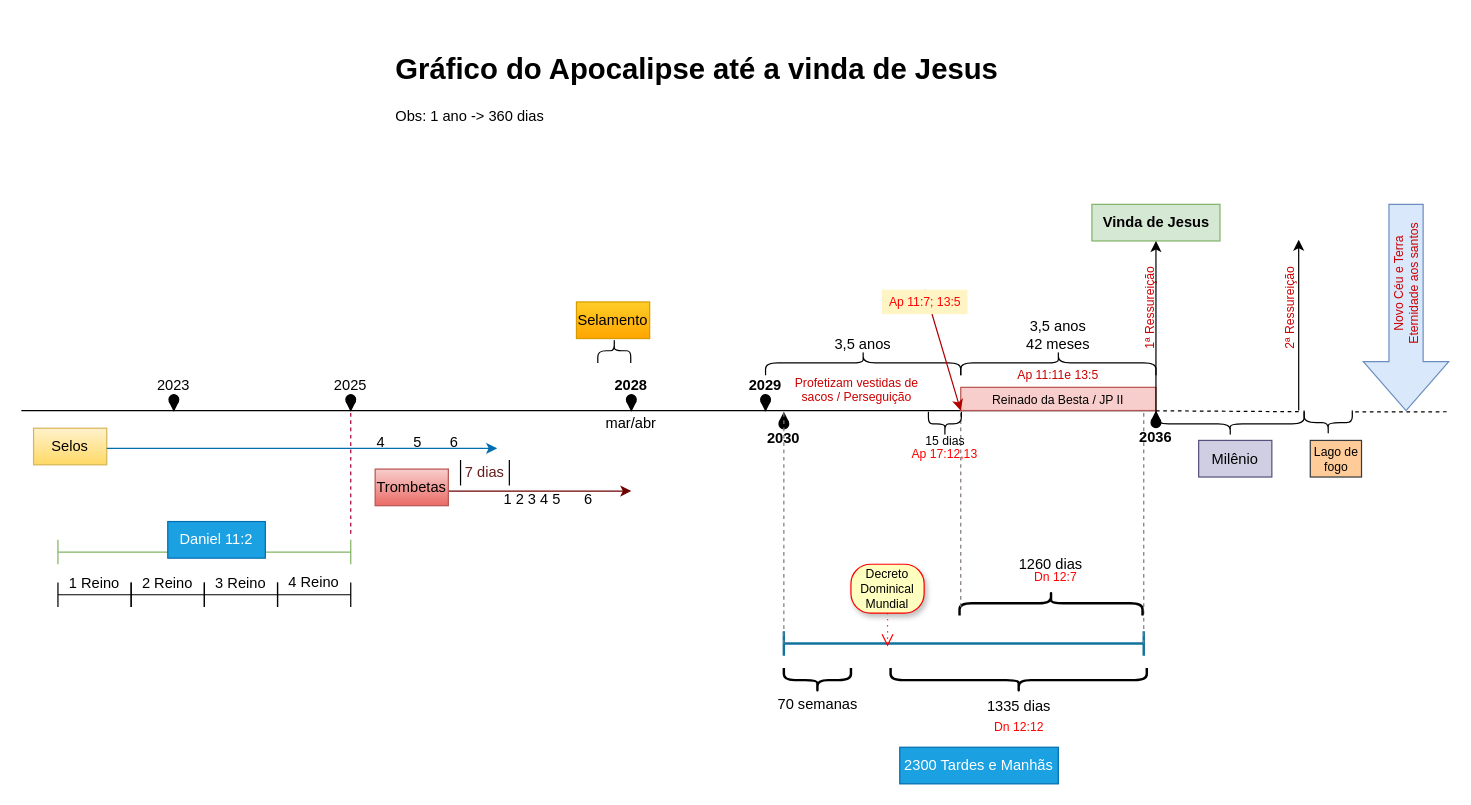
Before: LinhaProfeticaApocalipse-VersaoConvite.drawio in c4tom/estudos-biblicos, a draw.io diagram. Source tidied: cells renumbered, new cells numbered last; positions are measured from the earlier drawing's top-left corner, leaving out a move shared by most shapes. Both pictures are drawn from the tidied source at 122%, with x=0, y=0 at pixel (21, 45). Pictures stored in the file or linked from it are replaced by grey dashed boxes.
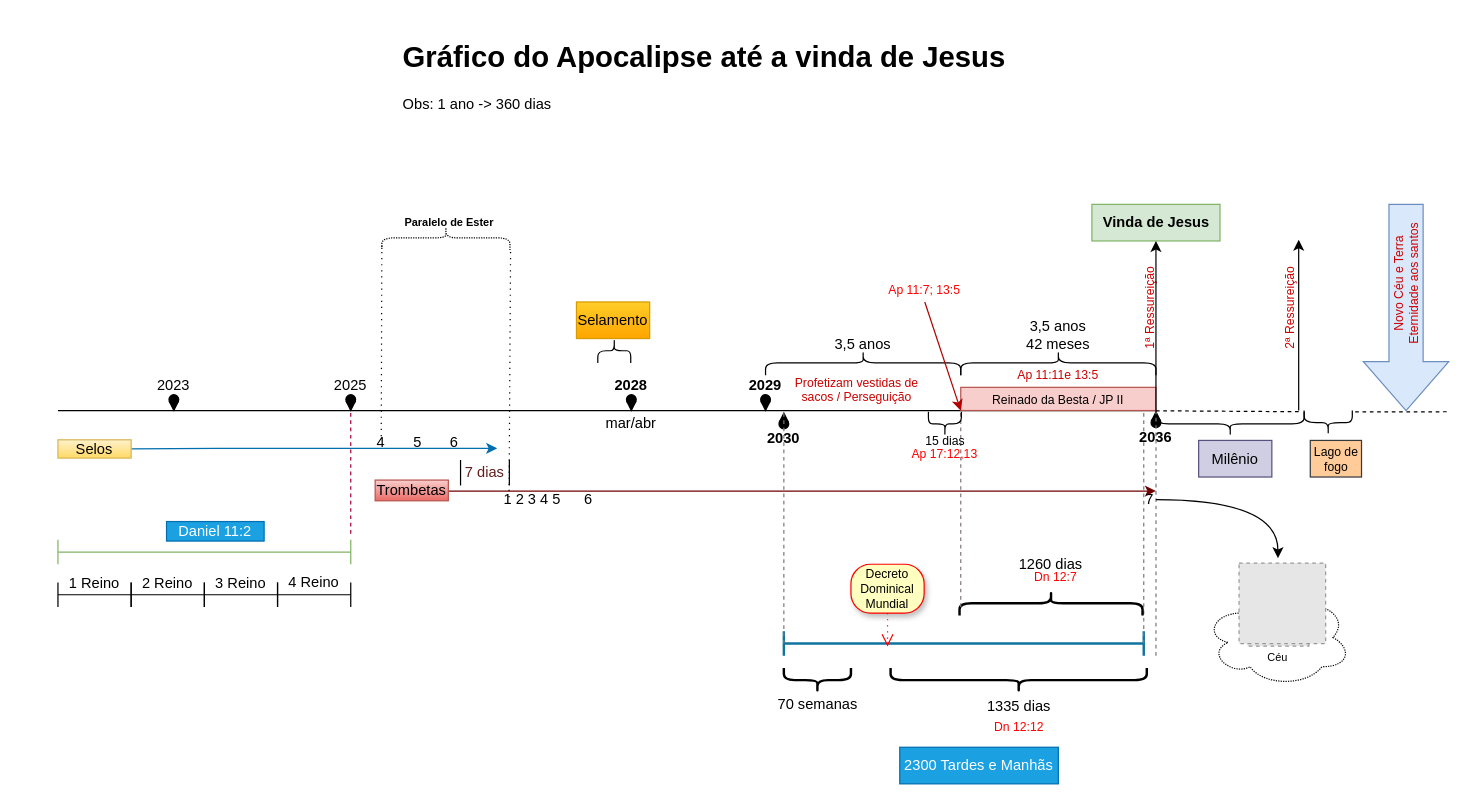
The same page after the edit.

The change refers to these unchanged cells:
```xml
<mxCell id="13" value="Reinado da Besta /&amp;nbsp;JP II" style="text;html=1;strokeColor=#b85450;fillColor=#f8cecc;align=center;verticalAlign=middle;whiteSpace=wrap;rounded=0;fontSize=10;" parent="1" vertex="1">
  <mxGeometry x="770" y="280" width="160" height="19" as="geometry" />
</mxCell>
<mxCell id="31" value="1" style="text;html=1;strokeColor=none;fillColor=none;align=center;verticalAlign=middle;whiteSpace=wrap;rounded=0;" parent="1" vertex="1">
  <mxGeometry x="394" y="362" width="10" height="20" as="geometry" />
</mxCell>
<mxCell id="37" style="group;" parent="1" vertex="1">
  <mxGeometry x="30" y="390" width="240" height="70" as="geometry" />
</mxCell>
<mxCell id="79" style="shape=curlyBracket;whiteSpace=wrap;html=1;rounded=1;labelPosition=left;verticalLabelPosition=middle;align=right;verticalAlign=middle;shadow=0;glass=0;labelBackgroundColor=none;labelBorderColor=none;sketch=0;strokeWidth=1;fontSize=10;fontColor=#CC0000;fillColor=none;gradientColor=none;rotation=-90;" parent="1" vertex="1">
  <mxGeometry x="980.9" y="249.4" width="20" height="121.2" as="geometry" />
</mxCell>
```

Diff of the diagram source:
```diff
@@
     <mxCell id="2" style="endArrow=none;html=1;rounded=0;strokeColor=default;endFill=0;" parent="1" edge="1">
       <mxGeometry relative="1" as="geometry">
-        <mxPoint y="299" as="sourcePoint" />
+        <mxPoint x="30" y="299" as="sourcePoint" />
         <mxPoint x="930" y="299" as="targetPoint" />
       </mxGeometry>
     </mxCell>
@@
     <mxCell id="9" style="group;fontColor=default;" parent="1" vertex="1">
-      <mxGeometry x="770" y="230" width="160" height="50" as="geometry" />
+      <mxGeometry x="770" y="230" width="160" height="53" as="geometry" />
     </mxCell>
@@
     <mxCell id="16" value="&lt;h1&gt;Gráfico do Apocalipse até a vinda de Jesus&lt;/h1&gt;&lt;p&gt;Obs: 1 ano -&amp;gt; 360 dias&lt;/p&gt;" style="text;html=1;strokeColor=none;fillColor=none;spacing=5;spacingTop=-20;whiteSpace=wrap;overflow=hidden;rounded=0;" parent="1" vertex="1">
-      <mxGeometry x="302" width="520" height="80" as="geometry" />
+      <mxGeometry x="307.5" y="-10" width="520" height="80" as="geometry" />
     </mxCell>
@@
-    <mxCell id="23" value="Selos" style="text;html=1;strokeColor=#d6b656;fillColor=#fff2cc;align=center;verticalAlign=middle;whiteSpace=wrap;rounded=0;gradientColor=#ffd966;" parent="1" vertex="1">
-      <mxGeometry x="10" y="313.5" width="60" height="30" as="geometry" />
-    </mxCell>
-    <mxCell id="24" style="endArrow=classic;html=1;rounded=0;fillColor=#1ba1e2;strokeColor=#006EAF;" parent="1" edge="1">
+    <mxCell id="24" style="endArrow=classic;html=1;rounded=0;fillColor=#1ba1e2;strokeColor=#006EAF;startArrow=none;" parent="1" edge="1" source="23">
       <mxGeometry relative="1" as="geometry">
-        <mxPoint x="70" y="330" as="sourcePoint" />
         <mxPoint x="390" y="330" as="targetPoint" />
+        <Array as="points">
+          <mxPoint x="160" y="330" />
+        </Array>
       </mxGeometry>
     </mxCell>
@@
     <mxCell id="28" style="endArrow=classic;html=1;rounded=0;fontColor=#631d1d;labelBorderColor=none;fillColor=#a20025;strokeColor=#6F0000;" parent="1" edge="1">
       <mxGeometry relative="1" as="geometry">
         <mxPoint x="350" y="365" as="sourcePoint" />
-        <mxPoint x="500" y="365" as="targetPoint" />
+        <mxPoint x="930" y="365" as="targetPoint" />
       </mxGeometry>
     </mxCell>
     <mxCell id="29" value="Trombetas" style="text;html=1;strokeColor=#b85450;fillColor=#f8cecc;align=center;verticalAlign=middle;whiteSpace=wrap;rounded=0;gradientColor=#ea6b66;" parent="1" vertex="1">
-      <mxGeometry x="290" y="347" width="60" height="30" as="geometry" />
+      <mxGeometry x="290" y="356" width="60" height="17" as="geometry" />
     </mxCell>
@@
     <mxCell id="39" value="Daniel 11:2" style="text;html=1;strokeColor=#006EAF;fillColor=#1ba1e2;align=center;verticalAlign=middle;whiteSpace=wrap;rounded=0;fontColor=#ffffff;" parent="37" vertex="1">
-      <mxGeometry x="90" width="80" height="30" as="geometry" />
+      <mxGeometry x="89" width="80" height="16" as="geometry" />
     </mxCell>
@@
-    <mxCell id="73" style="endArrow=classic;html=1;rounded=0;labelBackgroundColor=none;labelBorderColor=none;strokeColor=#B20000;strokeWidth=1;fontSize=10;fontColor=default;jumpSize=3;entryX=0;entryY=1;entryDx=0;entryDy=0;fillColor=#e51400;exitX=0.5;exitY=0;exitDx=0;exitDy=0;" parent="1" edge="1" source="74" target="13">
+    <mxCell id="73" style="endArrow=classic;html=1;rounded=0;labelBackgroundColor=none;labelBorderColor=none;strokeColor=#B20000;strokeWidth=1;fontSize=10;fontColor=default;jumpSize=3;entryX=0;entryY=1;entryDx=0;entryDy=0;fillColor=#e51400;exitX=0.5;exitY=1;exitDx=0;exitDy=0;" parent="1" edge="1" source="74" target="13">
       <mxGeometry relative="1" as="geometry" />
     </mxCell>
-    <mxCell id="74" value="Ap 11:7; 13:5" style="text;html=1;strokeColor=none;fillColor=#FFF4C3;align=center;verticalAlign=middle;whiteSpace=wrap;rounded=0;shadow=0;labelBackgroundColor=none;sketch=0;strokeWidth=2;fontSize=10;fontColor=#FF0000;labelBorderColor=none;" parent="1" vertex="1">
-      <mxGeometry x="705.5" y="200" width="70" height="20" as="geometry" />
+    <mxCell id="74" value="Ap 11:7; 13:5" style="text;strokeColor=none;fillColor=none;align=center;verticalAlign=middle;rounded=0;shadow=0;labelBackgroundColor=none;sketch=0;strokeWidth=2;fontSize=10;fontColor=#FF0000;labelBorderColor=none;" parent="1" vertex="1">
+      <mxGeometry x="705.5" y="190" width="70" height="20" as="geometry" />
     </mxCell>
@@
+    <mxCell id="23" value="Selos" style="text;html=1;strokeColor=#d6b656;fillColor=#fff2cc;align=center;verticalAlign=middle;whiteSpace=wrap;rounded=0;gradientColor=#ffd966;" parent="1" vertex="1">
+      <mxGeometry x="30" y="323" width="60" height="15" as="geometry" />
+    </mxCell>
+    <mxCell id="89" style="shape=curlyBracket;whiteSpace=wrap;html=1;rounded=1;labelPosition=left;verticalLabelPosition=middle;align=right;verticalAlign=middle;shadow=0;glass=0;labelBackgroundColor=none;labelBorderColor=none;sketch=0;strokeWidth=1;fontSize=10;fontColor=#CC0000;fillColor=none;gradientColor=none;rotation=90;dashed=1;dashPattern=1 1;" parent="1" vertex="1">
+      <mxGeometry x="338" y="105" width="20" height="105" as="geometry" />
+    </mxCell>
+    <mxCell id="90" style="endArrow=none;dashed=1;html=1;rounded=0;labelBackgroundColor=none;labelBorderColor=none;strokeColor=default;strokeWidth=1;fontSize=10;fontColor=#CC0000;jumpSize=3;entryX=0.75;entryY=1;entryDx=0;entryDy=0;dashPattern=1 4;" parent="1" edge="1" target="89">
+      <mxGeometry relative="1" as="geometry">
+        <mxPoint x="295" y="320" as="sourcePoint" />
+      </mxGeometry>
+    </mxCell>
+    <mxCell id="91" style="endArrow=none;dashed=1;html=1;rounded=0;labelBackgroundColor=none;labelBorderColor=none;strokeColor=default;strokeWidth=1;fontSize=10;fontColor=#CC0000;jumpSize=3;entryX=0.934;entryY=-0.005;entryDx=0;entryDy=0;dashPattern=1 4;exitX=0.575;exitY=0.4;exitDx=0;exitDy=0;exitPerimeter=0;entryPerimeter=0;" parent="1" edge="1" source="31" target="89">
+      <mxGeometry relative="1" as="geometry" />
+    </mxCell>
+    <mxCell id="92" value="Paralelo de Ester" style="text;html=1;strokeColor=none;fillColor=none;align=center;verticalAlign=middle;whiteSpace=wrap;rounded=0;shadow=0;glass=0;dashed=1;dashPattern=1 1;labelBackgroundColor=none;labelBorderColor=none;sketch=0;strokeWidth=1;fontSize=9;fontColor=#000000;fontStyle=1;" parent="1" vertex="1">
+      <mxGeometry x="312" y="140" width="78" height="10" as="geometry" />
+    </mxCell>
+    <mxCell id="93" value="7" style="text;html=1;strokeColor=none;fillColor=none;align=center;verticalAlign=middle;whiteSpace=wrap;rounded=0;" parent="1" vertex="1">
+      <mxGeometry x="920" y="362" width="10" height="20" as="geometry" />
+    </mxCell>
+    <mxCell id="94" style="endArrow=none;dashed=1;html=1;rounded=0;labelBorderColor=none;strokeColor=#837777;strokeWidth=1;fontSize=12;fontColor=#000000;entryX=1;entryY=-0.002;entryDx=0;entryDy=0;entryPerimeter=0;" parent="1" edge="1" target="79">
+      <mxGeometry relative="1" as="geometry">
+        <mxPoint x="930" y="500" as="sourcePoint" />
+      </mxGeometry>
+    </mxCell>
+    <mxCell id="95" style="group;" parent="1" vertex="1">
+      <mxGeometry x="970" y="424" width="120" height="101" as="geometry" />
+    </mxCell>
+    <mxCell id="96" style="ellipse;shape=cloud;whiteSpace=wrap;html=1;rounded=1;shadow=0;glass=0;dashed=1;dashPattern=1 1;labelBackgroundColor=none;labelBorderColor=none;sketch=0;strokeWidth=1;fontSize=9;fontColor=#000000;fillColor=default;gradientColor=none;" parent="95" vertex="1">
+      <mxGeometry y="21" width="120" height="80" as="geometry" />
+    </mxCell>
+    <mxCell id="97" style="fillColor=#E6E6E6;strokeColor=#999999;dashed=1;verticalLabelPosition=bottom;labelBackgroundColor=default;verticalAlign=top;" parent="95" vertex="1">
+      <mxGeometry x="34.7" y="21" width="50.6" height="47.1" as="geometry" />
+    </mxCell>
+    <mxCell id="98" value="Céu" style="text;html=1;strokeColor=none;fillColor=none;align=center;verticalAlign=middle;whiteSpace=wrap;rounded=0;shadow=0;glass=0;dashed=1;dashPattern=1 1;labelBackgroundColor=none;labelBorderColor=none;sketch=0;strokeWidth=1;fontSize=9;fontColor=#000000;" parent="95" vertex="1">
+      <mxGeometry x="30" y="63" width="60" height="30" as="geometry" />
+    </mxCell>
+    <mxCell id="99" style="fillColor=#E6E6E6;strokeColor=#999999;dashed=1;verticalLabelPosition=bottom;verticalAlign=top;" parent="95" vertex="1">
+      <mxGeometry x="28.1" width="71" height="66.1" as="geometry" />
+    </mxCell>
+    <mxCell id="100" style="endArrow=classic;html=1;rounded=0;labelBackgroundColor=none;labelBorderColor=none;strokeColor=default;strokeWidth=1;fontSize=9;fontColor=#000000;curved=1;jumpSize=3;edgeStyle=orthogonalEdgeStyle;" parent="1" edge="1" source="93">
+      <mxGeometry relative="1" as="geometry">
+        <mxPoint x="1030" y="420" as="targetPoint" />
+        <Array as="points">
+          <mxPoint x="1030" y="372" />
+        </Array>
+      </mxGeometry>
+    </mxCell>
```
